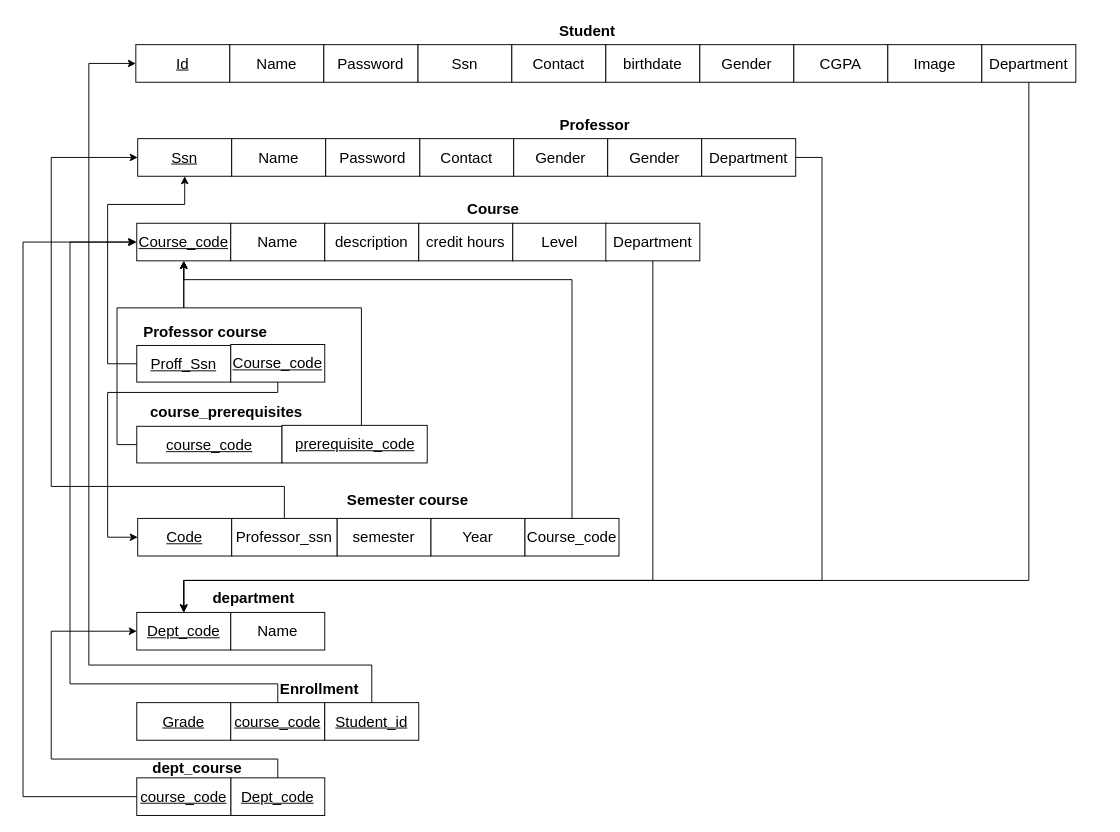
The draw.io diagram diagrams/Mapping.drawio in DiaaAhmedHassan/university_system, before the edit. Source tidied: cells renumbered, new cells numbered last; positions are measured from the earlier drawing's top-left corner, leaving out a move shared by most shapes. Both pictures are drawn from the tidied source at 94%, with x=0, y=0 at pixel (23, 16).
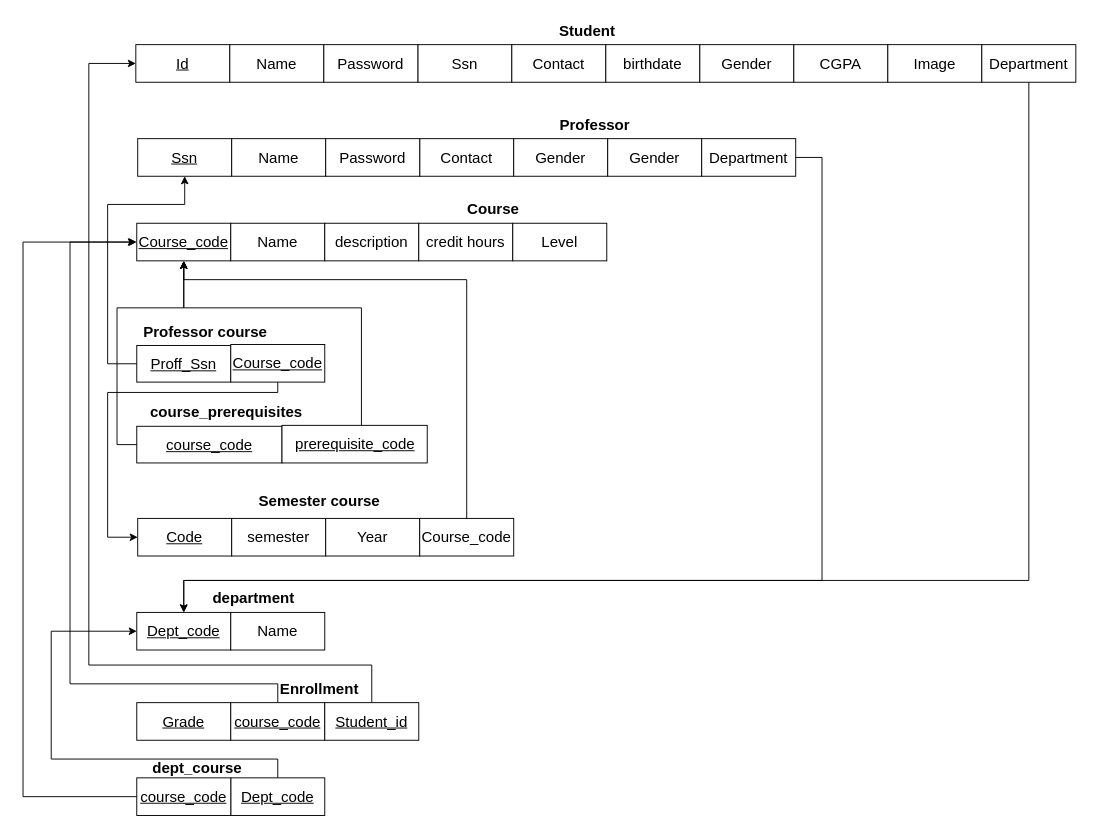
After the change.

Unchanged cells that the change refers to:
```xml
<mxCell id="3" value="&lt;u&gt;&lt;font style=&quot;font-size: 16px;&quot;&gt;Ssn&lt;/font&gt;&lt;/u&gt;" style="rounded=0;whiteSpace=wrap;html=1;" parent="2" vertex="1">
  <mxGeometry x="-8" width="100" height="40" as="geometry" />
</mxCell>
<mxCell id="26" style="group;" parent="25" vertex="1">
  <mxGeometry width="700" height="424" as="geometry" />
</mxCell>
<mxCell id="32" value="&lt;u&gt;&lt;font style=&quot;font-size: 16px;&quot;&gt;Dept_code&lt;/font&gt;&lt;/u&gt;" style="rounded=0;whiteSpace=wrap;html=1;" parent="31" vertex="1">
  <mxGeometry width="100" height="40" as="geometry" />
</mxCell>
<mxCell id="50" style="group;" parent="1" vertex="1">
  <mxGeometry x="121" y="220" width="599" height="40" as="geometry" />
</mxCell>
<mxCell id="51" value="&lt;u&gt;&lt;font style=&quot;font-size: 16px;&quot;&gt;Course_code&lt;/font&gt;&lt;/u&gt;" style="rounded=0;whiteSpace=wrap;html=1;" parent="50" vertex="1">
  <mxGeometry width="100" height="40" as="geometry" />
</mxCell>
```

What changed in the source:
```diff
@@
     <mxCell id="28" value="&lt;font style=&quot;font-size: 16px;&quot;&gt;semester&lt;/font&gt;" style="rounded=0;whiteSpace=wrap;html=1;" parent="26" vertex="1">
-      <mxGeometry x="220" y="284" width="100" height="40" as="geometry" />
+      <mxGeometry x="108" y="284" width="100" height="40" as="geometry" />
     </mxCell>
     <mxCell id="29" value="&lt;font style=&quot;font-size: 16px;&quot;&gt;Year&lt;/font&gt;" style="rounded=0;whiteSpace=wrap;html=1;" parent="26" vertex="1">
-      <mxGeometry x="320" y="284" width="100" height="40" as="geometry" />
+      <mxGeometry x="208" y="284" width="100" height="40" as="geometry" />
     </mxCell>
     <mxCell id="30" value="&lt;font style=&quot;font-size: 16px;&quot;&gt;Course_code&lt;/font&gt;" style="rounded=0;whiteSpace=wrap;html=1;" parent="26" vertex="1">
-      <mxGeometry x="420" y="284" width="100" height="40" as="geometry" />
+      <mxGeometry x="308" y="284" width="100" height="40" as="geometry" />
     </mxCell>
@@
-    <mxCell id="34" value="&lt;font style=&quot;font-size: 16px;&quot;&gt;Professor_ssn&lt;/font&gt;" style="rounded=0;whiteSpace=wrap;html=1;" parent="26" vertex="1">
-      <mxGeometry x="108" y="284" width="112" height="40" as="geometry" />
-    </mxCell>
@@
     <mxCell id="37" value="&lt;font style=&quot;font-size: 16px;&quot;&gt;&lt;b&gt;Semester course&lt;/b&gt;&lt;/font&gt;" style="text;html=1;align=center;verticalAlign=middle;strokeColor=none;fillColor=none;" parent="26" vertex="1">
-      <mxGeometry x="220" y="249" width="150" height="30" as="geometry" />
+      <mxGeometry x="126" y="250" width="150" height="30" as="geometry" />
     </mxCell>
@@
-    <mxCell id="56" value="&lt;span style=&quot;font-size: 16px;&quot;&gt;Department&lt;/span&gt;" style="rounded=0;whiteSpace=wrap;html=1;" parent="50" vertex="1">
-      <mxGeometry x="499" width="100" height="40" as="geometry" />
-    </mxCell>
-    <mxCell id="57" style="edgeStyle=orthogonalEdgeStyle;rounded=0;jettySize=auto;html=1;entryX=0.5;entryY=1;entryDx=0;entryDy=0;" parent="1" edge="1" source="30" target="51">
+    <mxCell id="57" style="edgeStyle=orthogonalEdgeStyle;rounded=0;jettySize=auto;html=1;entryX=0.5;entryY=1;entryDx=0;entryDy=0;exitX=0.5;exitY=0;exitDx=0;exitDy=0;" parent="1" edge="1" source="30" target="51">
       <mxGeometry relative="1" as="geometry">
         <Array as="points">
-          <mxPoint x="584" y="280" />
+          <mxPoint x="472" y="280" />
           <mxPoint x="171" y="280" />
         </Array>
       </mxGeometry>
     </mxCell>
-    <mxCell id="58" style="edgeStyle=orthogonalEdgeStyle;rounded=0;jettySize=auto;html=1;entryX=0.5;entryY=0;entryDx=0;entryDy=0;" parent="1" edge="1" source="56" target="32">
-      <mxGeometry relative="1" as="geometry">
-        <Array as="points">
-          <mxPoint x="670" y="600" />
-          <mxPoint x="171" y="600" />
-        </Array>
-      </mxGeometry>
-    </mxCell>
@@
-    <mxCell id="65" style="edgeStyle=orthogonalEdgeStyle;rounded=0;jettySize=auto;html=1;entryX=0;entryY=0.5;entryDx=0;entryDy=0;" parent="1" edge="1" source="34" target="3">
-      <mxGeometry relative="1" as="geometry">
-        <Array as="points">
-          <mxPoint x="278" y="500" />
-          <mxPoint x="30" y="500" />
-          <mxPoint x="30" y="150" />
-        </Array>
-      </mxGeometry>
-    </mxCell>
```
